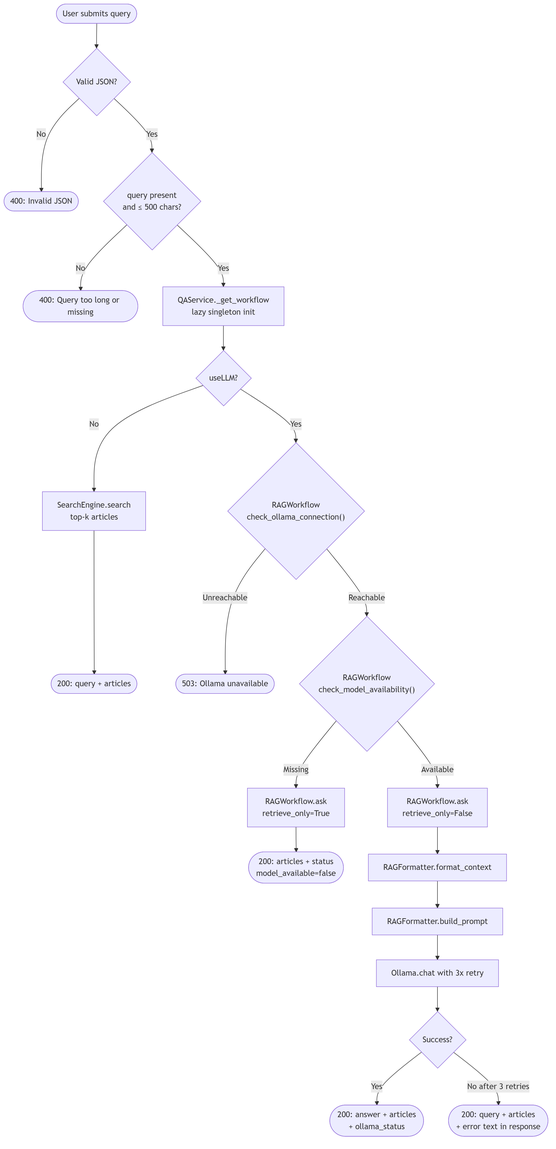
This is docs/mermaid/outputs/activity_diagram.png from ronishg27/Explainable-Constitutional-IR-and-Assistance-System, a Mermaid export, as it was before one commit. Its source is kept beside it as docs/mermaid/inputs/activity_diagram.mmd.
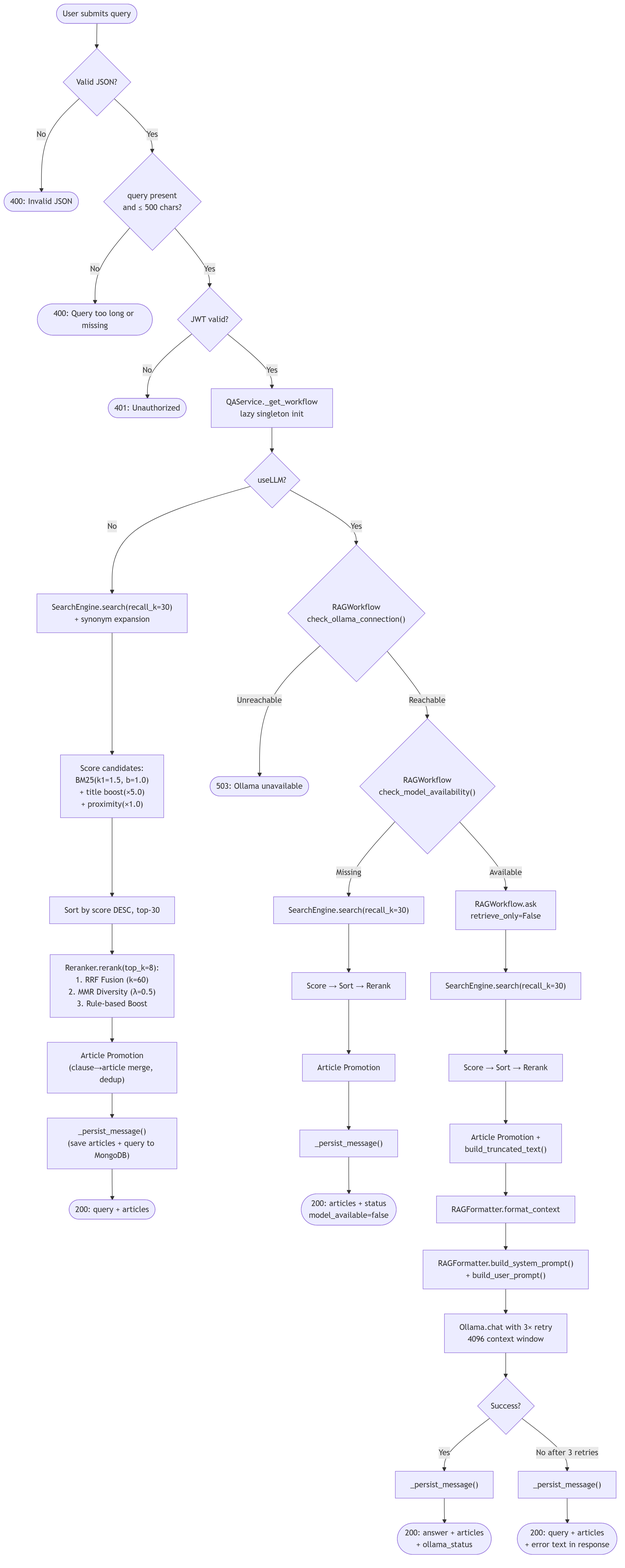
The same diagram one commit later.

Diff of the diagram source:
```diff
@@ -3,23 +3,41 @@
     ValidateJSON -->|No| BadRequest(["400: Invalid JSON"])
     ValidateJSON -->|Yes| CheckQuery{"query present<br/>and ≤ 500 chars?"}
     CheckQuery -->|No| BadQuery(["400: Query too long or missing"])
-    CheckQuery -->|Yes| GetEngine["QAService._get_workflow<br/>lazy singleton init"]
+    CheckQuery -->|Yes| CheckAuth{"JWT valid?"}
+    CheckAuth -->|No| Unauthorized(["401: Unauthorized"])
+    CheckAuth -->|Yes| GetEngine["QAService._get_workflow<br/>lazy singleton init"]
     GetEngine --> DecideLLM{"useLLM?"}
 
-    DecideLLM -->|No| Retrieve["SearchEngine.search<br/>top-k articles"]
-    Retrieve --> RetOnly(["200: query + articles"])
+    DecideLLM -->|No| Search["SearchEngine.search(recall_k=30)<br/>+ synonym expansion"]
+
+    Search --> Score["Score candidates:<br/>BM25(k1=1.5, b=1.0)<br/>+ title boost(×5.0)<br/>+ proximity(×1.0)"]
+    Score --> Sort["Sort by score DESC, top-30"]
+
+    Sort --> Rerank["Reranker.rerank(top_k=8):<br/>1. RRF Fusion (k=60)<br/>2. MMR Diversity (λ=0.5)<br/>3. Rule-based Boost"]
+
+    Rerank --> Promote["Article Promotion<br/>(clause→article merge, dedup)"]
+    Promote --> Persist["_persist_message()<br/>(save articles + query to MongoDB)"]
+    Persist --> RetOnly(["200: query + articles"])
 
     DecideLLM -->|Yes| CheckOllama{"RAGWorkflow<br/>check_ollama_connection()"}
     CheckOllama -->|Unreachable| OllamaDown(["503: Ollama unavailable"])
     CheckOllama -->|Reachable| CheckModel{"RAGWorkflow<br/>check_model_availability()"}
 
-    CheckModel -->|Missing| RetrieveW["RAGWorkflow.ask<br/>retrieve_only=True"]
-    RetrieveW --> ModelWarn(["200: articles + status<br/>model_available=false"])
+    CheckModel -->|Missing| SearchW["SearchEngine.search(recall_k=30)"]
+    SearchW --> ScoreW["Score → Sort → Rerank"]
+    ScoreW --> PromoteW["Article Promotion"]
+    PromoteW --> PersistW["_persist_message()"]
+    PersistW --> ModelWarn(["200: articles + status<br/>model_available=false"])
 
     CheckModel -->|Available| RagFull["RAGWorkflow.ask<br/>retrieve_only=False"]
-    RagFull --> Format["RAGFormatter.format_context"]
-    Format --> BuildPrompt["RAGFormatter.build_prompt"]
-    BuildPrompt --> LLMCall["Ollama.chat with 3x retry"]
+    RagFull --> SearchF["SearchEngine.search(recall_k=30)"]
+    SearchF --> ScoreF["Score → Sort → Rerank"]
+    ScoreF --> PromoteF["Article Promotion +<br/>build_truncated_text()"]
+    PromoteF --> Format["RAGFormatter.format_context"]
+    Format --> BuildPrompt["RAGFormatter.build_system_prompt()<br/>+ build_user_prompt()"]
+    BuildPrompt --> LLMCall["Ollama.chat with 3× retry<br/>4096 context window"]
     LLMCall --> LLMSuccess{"Success?"}
-    LLMSuccess -->|Yes| ReturnFull(["200: answer + articles<br/>+ ollama_status"])
-    LLMSuccess -->|No after 3 retries| ReturnError(["200: query + articles<br/>+ error text in response"])
+    LLMSuccess -->|Yes| PersistFull["_persist_message()"]
+    PersistFull --> ReturnFull(["200: answer + articles<br/>+ ollama_status"])
+    LLMSuccess -->|No after 3 retries| PersistErr["_persist_message()"]
+    PersistErr --> ReturnError(["200: query + articles<br/>+ error text in response"])
```
